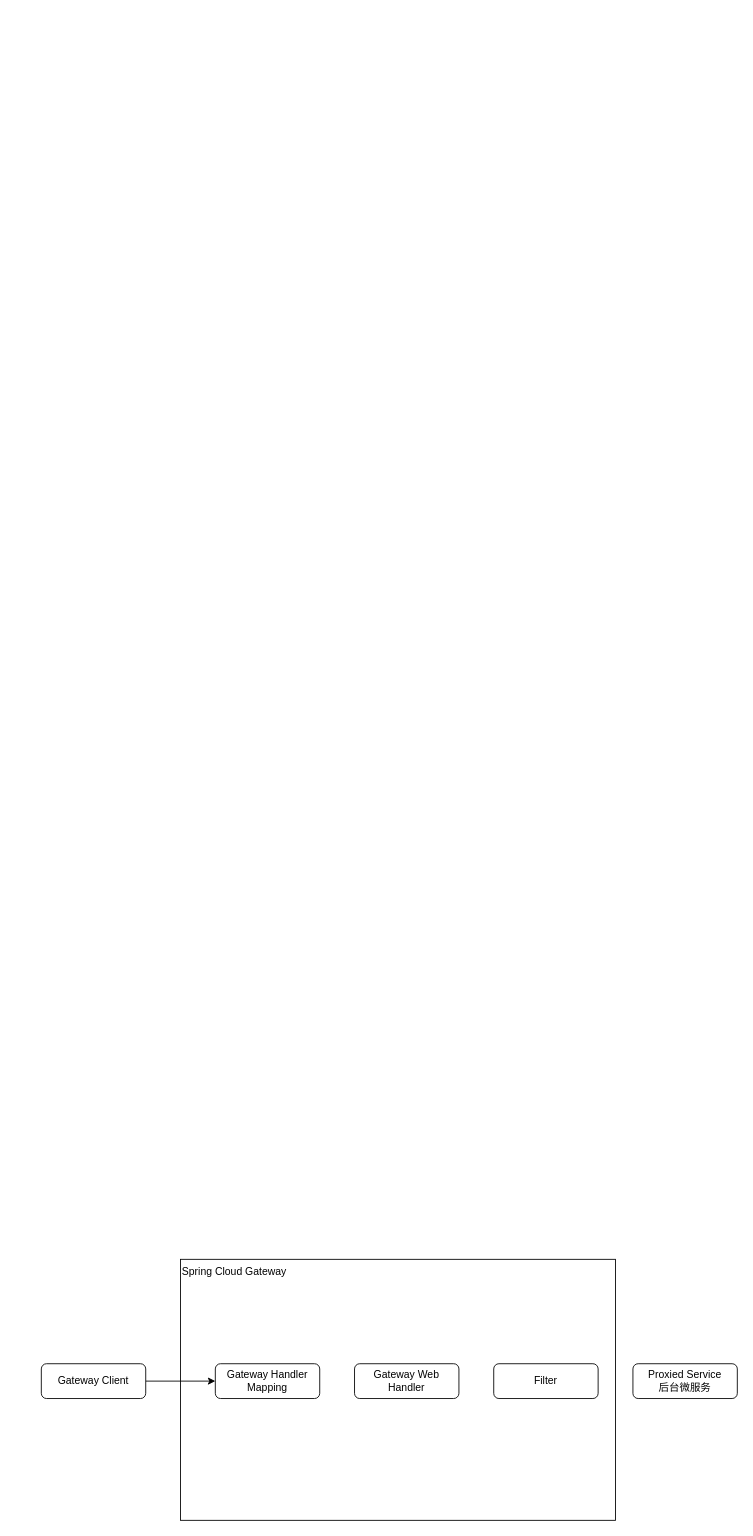
Above: page "第 1 页" (1 of 2) of graph/gateway-workflow-overview.drawio in kwseeker/msa-skeleton (draw.io), before the change. Source tidied: cells renumbered, new cells numbered last; positions are measured from the earlier drawing's top-left corner, leaving out a move shared by most shapes. Both pictures are drawn from the tidied source at 87%, with x=0, y=0 at pixel (41, 1259).
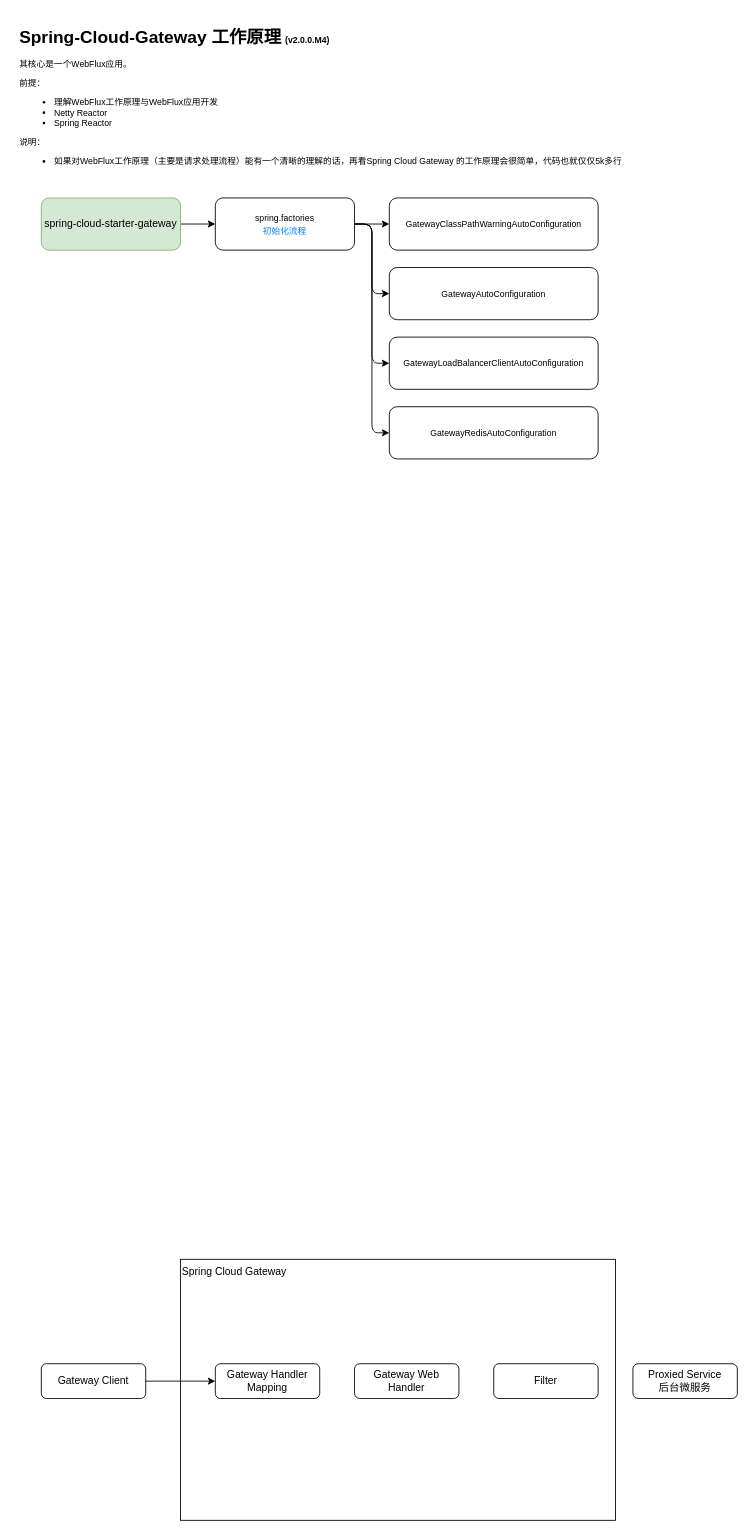
The same page after the edit.

Change to the diagram source:
```diff
@@
+    <mxCell id="9" value="&lt;p style=&quot;line-height: 1&quot;&gt;&lt;/p&gt;&lt;h1&gt;&lt;font style=&quot;font-size: 20px&quot;&gt;Spring-Cloud-Gateway 工作原理&lt;/font&gt;&lt;font style=&quot;font-size: 16px&quot;&gt;&amp;nbsp;&lt;/font&gt;&lt;font style=&quot;font-size: 10px&quot;&gt;(v2.0.0.M4)&amp;nbsp;&lt;br style=&quot;font-size: 10px&quot;&gt;&lt;/font&gt;&lt;/h1&gt;&lt;div style=&quot;font-size: 10px&quot;&gt;&lt;font style=&quot;font-size: 10px&quot;&gt;其核心是一个WebFlux应用。&lt;/font&gt;&lt;/div&gt;&lt;p style=&quot;font-size: 10px&quot;&gt;&lt;font style=&quot;font-size: 10px&quot;&gt;前提：&lt;/font&gt;&lt;/p&gt;&lt;p style=&quot;font-size: 10px&quot;&gt;&lt;/p&gt;&lt;ul style=&quot;font-size: 10px&quot;&gt;&lt;li style=&quot;font-size: 10px&quot;&gt;理解WebFlux工作原理与WebFlux应用开发&lt;/li&gt;&lt;li style=&quot;font-size: 10px&quot;&gt;Netty Reactor&lt;/li&gt;&lt;li style=&quot;font-size: 10px&quot;&gt;Spring Reactor&lt;/li&gt;&lt;/ul&gt;&lt;div&gt;说明：&lt;br&gt;&lt;ul&gt;&lt;li&gt;如果对WebFlux工作原理（主要是请求处理流程）能有一个清晰的理解的话，再看Spring Cloud Gateway 的工作原理会很简单，代码也就仅仅5k多行&lt;/li&gt;&lt;/ul&gt;&lt;/div&gt;&lt;p style=&quot;font-size: 10px&quot;&gt;&lt;/p&gt;&lt;p&gt;&lt;/p&gt;" style="text;html=1;strokeColor=none;fillColor=none;spacing=5;spacingTop=-20;whiteSpace=wrap;overflow=hidden;rounded=0;fontSize=10;" parent="1" vertex="1">
+      <mxGeometry x="-30" y="-1420" width="710" height="180" as="geometry" />
+    </mxCell>
+    <mxCell id="10" style="edgeStyle=orthogonalEdgeStyle;rounded=1;jettySize=auto;html=1;" parent="1" edge="1" source="11" target="16">
+      <mxGeometry relative="1" as="geometry" />
+    </mxCell>
+    <mxCell id="11" value="spring-cloud-starter-gateway" style="rounded=1;whiteSpace=wrap;html=1;fillColor=#d5e8d4;strokeColor=#82b366;" parent="1" vertex="1">
+      <mxGeometry y="-1220" width="160" height="60" as="geometry" />
+    </mxCell>
+    <mxCell id="12" style="edgeStyle=orthogonalEdgeStyle;rounded=0;jettySize=auto;html=1;" parent="1" edge="1" source="16" target="17">
+      <mxGeometry relative="1" as="geometry" />
+    </mxCell>
+    <mxCell id="13" style="edgeStyle=orthogonalEdgeStyle;rounded=1;jettySize=auto;html=1;exitX=1;exitY=0.5;exitDx=0;exitDy=0;entryX=0;entryY=0.5;entryDx=0;entryDy=0;" parent="1" edge="1" source="16" target="18">
+      <mxGeometry relative="1" as="geometry" />
+    </mxCell>
+    <mxCell id="14" style="edgeStyle=orthogonalEdgeStyle;rounded=1;jettySize=auto;html=1;exitX=1;exitY=0.5;exitDx=0;exitDy=0;entryX=0;entryY=0.5;entryDx=0;entryDy=0;" parent="1" edge="1" source="16" target="19">
+      <mxGeometry relative="1" as="geometry" />
+    </mxCell>
+    <mxCell id="15" style="edgeStyle=orthogonalEdgeStyle;jettySize=auto;html=1;exitX=1;exitY=0.5;exitDx=0;exitDy=0;entryX=0;entryY=0.5;entryDx=0;entryDy=0;rounded=1;" parent="1" edge="1" source="16" target="20">
+      <mxGeometry relative="1" as="geometry" />
+    </mxCell>
+    <mxCell id="16" value="&lt;font style=&quot;font-size: 10px;&quot;&gt;spring.factories&lt;br&gt;&lt;font color=&quot;#007fff&quot;&gt;初始化流程&lt;/font&gt;&lt;br&gt;&lt;/font&gt;" style="rounded=1;whiteSpace=wrap;html=1;" parent="1" vertex="1">
+      <mxGeometry x="200" y="-1220" width="160" height="60" as="geometry" />
+    </mxCell>
+    <mxCell id="17" value="&lt;font style=&quot;font-size: 10px;&quot;&gt;GatewayClassPathWarningAutoConfiguration&lt;/font&gt;" style="rounded=1;whiteSpace=wrap;html=1;" parent="1" vertex="1">
+      <mxGeometry x="400" y="-1220" width="240" height="60" as="geometry" />
+    </mxCell>
+    <mxCell id="18" value="&lt;font style=&quot;font-size: 10px;&quot;&gt;GatewayAutoConfiguration&lt;/font&gt;" style="rounded=1;whiteSpace=wrap;html=1;" parent="1" vertex="1">
+      <mxGeometry x="400" y="-1140" width="240" height="60" as="geometry" />
+    </mxCell>
+    <mxCell id="19" value="&lt;font style=&quot;font-size: 10px;&quot;&gt;GatewayLoadBalancerClientAutoConfiguration&lt;/font&gt;" style="rounded=1;whiteSpace=wrap;html=1;" parent="1" vertex="1">
+      <mxGeometry x="400" y="-1060" width="240" height="60" as="geometry" />
+    </mxCell>
+    <mxCell id="20" value="&lt;font style=&quot;font-size: 10px;&quot;&gt;GatewayRedisAutoConfiguration&lt;/font&gt;" style="rounded=1;whiteSpace=wrap;html=1;" parent="1" vertex="1">
+      <mxGeometry x="400" y="-980" width="240" height="60" as="geometry" />
+    </mxCell>
```
